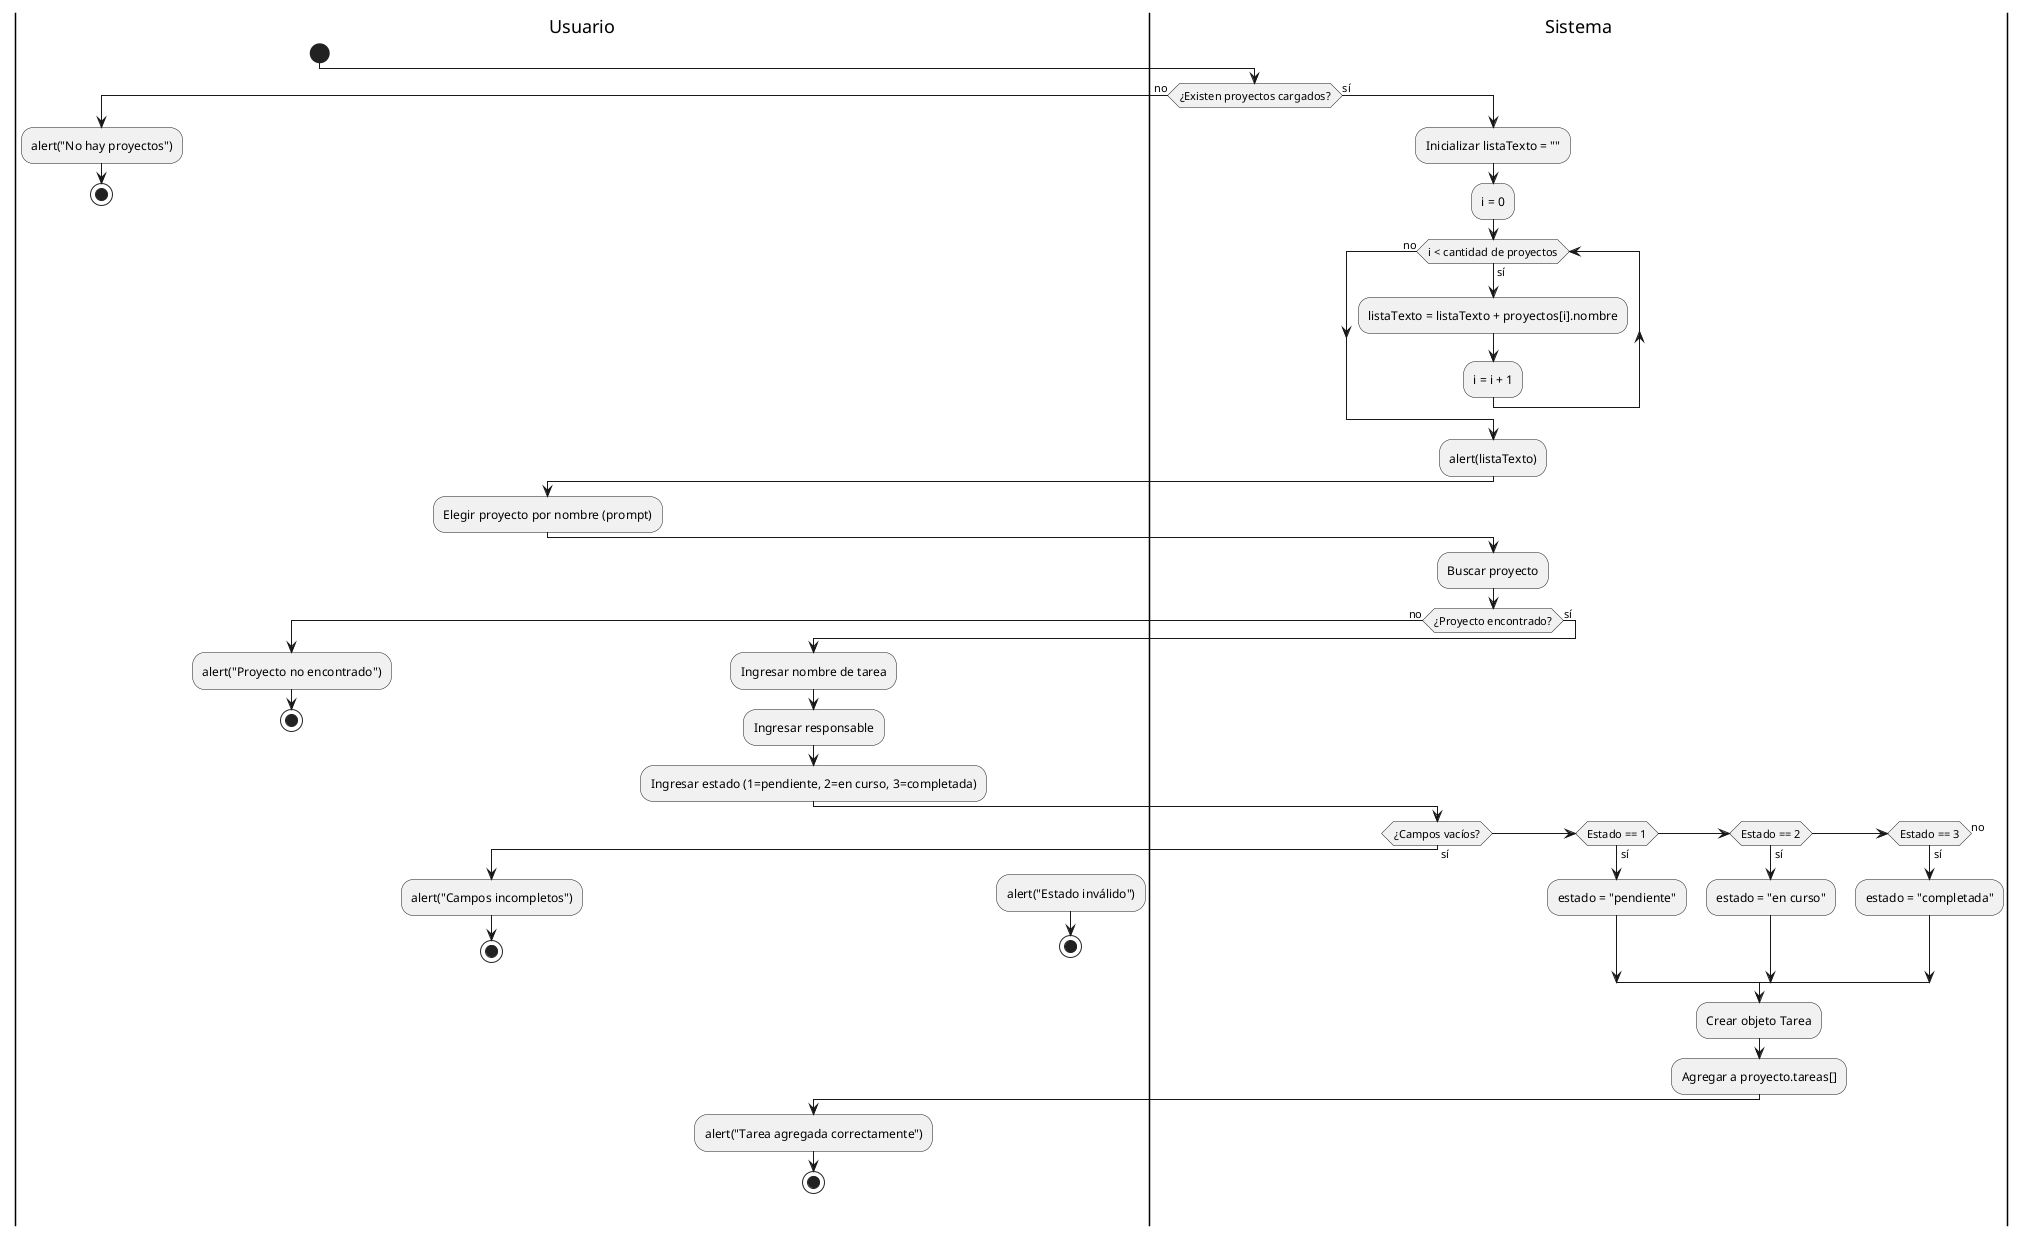
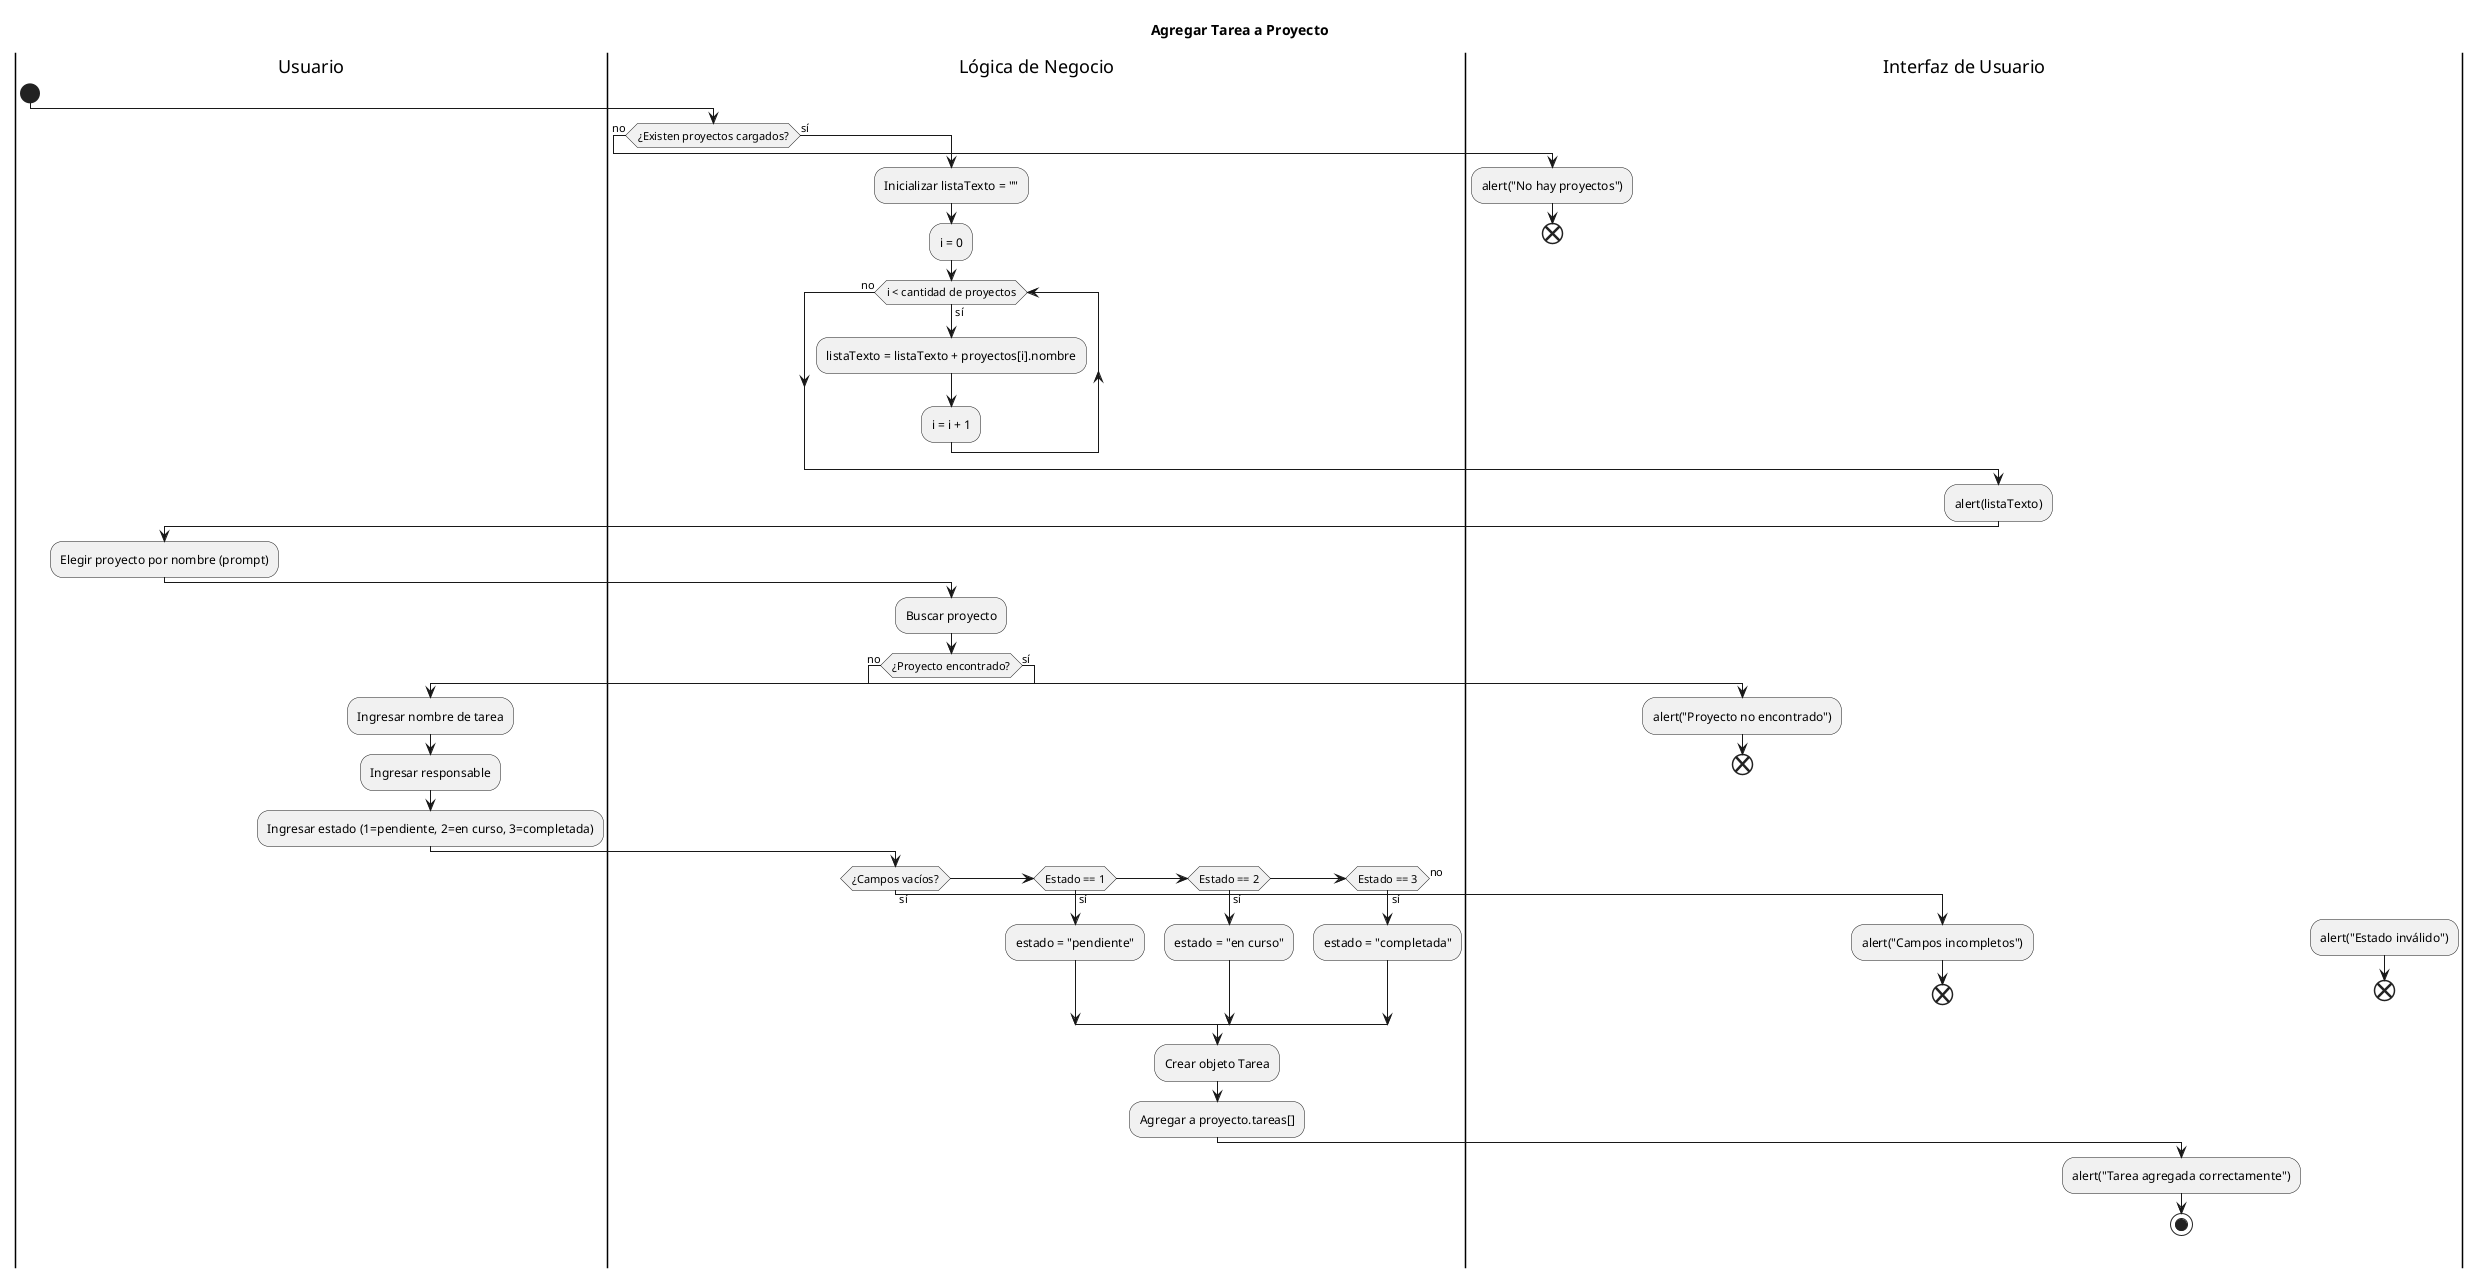
@startuml actividad-flujo-2-agregar-tarea
+ title Agregar Tarea a Proyecto
|Usuario|
start
- |Sistema|
+ |Lógica de Negocio|
if (¿Existen proyectos cargados?) then (no)
-   |Usuario|
+   |Interfaz de Usuario|
  :alert("No hay proyectos");
-   stop
+   end
else (sí)
-   |Sistema|
+   |Lógica de Negocio|
  :Inicializar listaTexto = "";
  :i = 0;
  while (i < cantidad de proyectos) is (sí)
    :listaTexto = listaTexto + proyectos[i].nombre;
    :i = i + 1;
  endwhile (no)
+   |Interfaz de Usuario|
  :alert(listaTexto);
  |Usuario|
  :Elegir proyecto por nombre (prompt);

-   |Sistema|
+   |Lógica de Negocio|
  :Buscar proyecto;
  if (¿Proyecto encontrado?) then (no)
-     |Usuario|
+     |Interfaz de Usuario|
    :alert("Proyecto no encontrado");
-     stop
+     end
  else (sí)
    |Usuario|
    :Ingresar nombre de tarea;
    :Ingresar responsable;
    :Ingresar estado (1=pendiente, 2=en curso, 3=completada);

-     |Sistema|
+     |Lógica de Negocio|
    if (¿Campos vacíos?) then (sí)
-       |Usuario|
+       |Interfaz de Usuario|
      :alert("Campos incompletos");
-       stop
+       end
    elseif (Estado == 1) then (sí)
-       |Sistema|
+       |Lógica de Negocio|
      :estado = "pendiente";
    elseif (Estado == 2) then (sí)
-       |Sistema|
+       |Lógica de Negocio|
      :estado = "en curso";
    elseif (Estado == 3) then (sí)
-       |Sistema|
+       |Lógica de Negocio|
      :estado = "completada";
    else (no)
-       |Usuario|
+       |Interfaz de Usuario|
      :alert("Estado inválido");
-       stop
+       end
    endif

-     |Sistema|
+     |Lógica de Negocio|
    :Crear objeto Tarea;
    :Agregar a proyecto.tareas[];
-     |Usuario|
+     |Interfaz de Usuario|
    :alert("Tarea agregada correctamente");
    stop
  endif
endif
@enduml